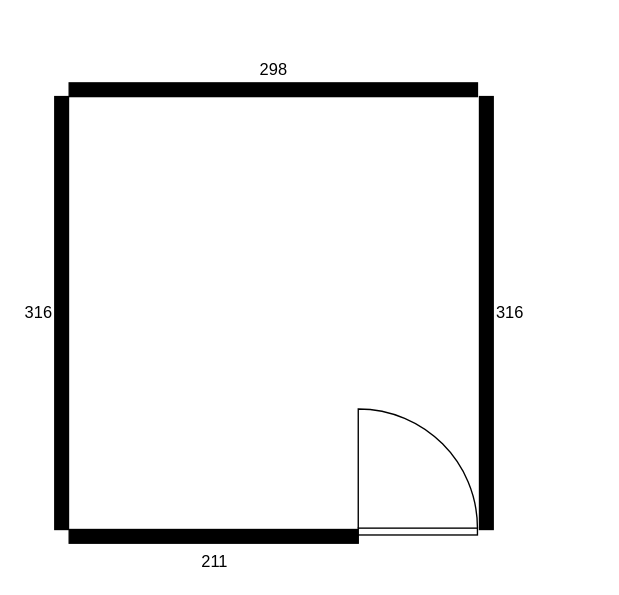
Above: rooms.drawio in johnwatson484/diagrams (draw.io), before the change. Source tidied: cells renumbered, new cells numbered last; positions are measured from the earlier drawing's top-left corner, leaving out a move shared by most shapes. Both pictures are drawn from the tidied source at 137%, with x=0, y=0 at pixel (53, 82).
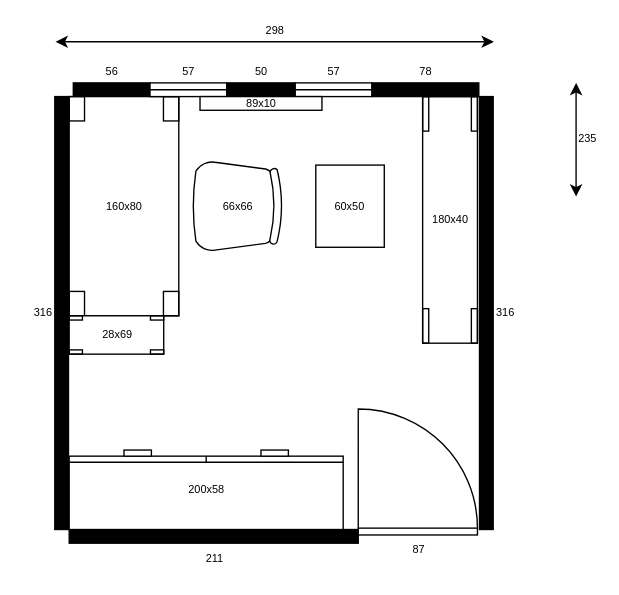
After the change.

Change to the diagram source:
```diff
@@
-    <mxCell id="2" value="298" style="verticalLabelPosition=top;html=1;verticalAlign=bottom;align=center;shape=mxgraph.floorplan.wall;fillColor=#000000;labelPosition=center;" parent="1" vertex="1">
-      <mxGeometry x="11" width="298" height="10" as="geometry" />
+    <mxCell id="2" value="56" style="verticalLabelPosition=top;html=1;verticalAlign=bottom;align=center;shape=mxgraph.floorplan.wall;fillColor=#000000;labelPosition=center;fontSize=8;" parent="1" vertex="1">
+      <mxGeometry x="14" width="56" height="10" as="geometry" />
     </mxCell>
-    <mxCell id="3" value="211" style="verticalLabelPosition=bottom;html=1;verticalAlign=top;align=center;shape=mxgraph.floorplan.wall;fillColor=#000000;labelPosition=center;" parent="1" vertex="1">
+    <mxCell id="3" value="211" style="verticalLabelPosition=bottom;html=1;verticalAlign=top;align=center;shape=mxgraph.floorplan.wall;fillColor=#000000;labelPosition=center;fontSize=8;" parent="1" vertex="1">
       <mxGeometry x="11" y="326" width="211" height="10" as="geometry" />
     </mxCell>
-    <mxCell id="4" value="316" style="verticalLabelPosition=middle;html=1;verticalAlign=middle;align=left;shape=mxgraph.floorplan.wall;fillColor=#000000;labelPosition=right;direction=south;" parent="1" vertex="1">
+    <mxCell id="4" value="316" style="verticalLabelPosition=middle;html=1;verticalAlign=middle;align=left;shape=mxgraph.floorplan.wall;fillColor=#000000;labelPosition=right;direction=south;fontSize=8;" parent="1" vertex="1">
       <mxGeometry x="310" y="10" width="11" height="316" as="geometry" />
     </mxCell>
-    <mxCell id="5" value="316" style="verticalLabelPosition=middle;html=1;verticalAlign=middle;align=right;shape=mxgraph.floorplan.wall;fillColor=#000000;labelPosition=left;direction=south;" parent="1" vertex="1">
+    <mxCell id="5" value="316" style="verticalLabelPosition=middle;html=1;verticalAlign=middle;align=right;shape=mxgraph.floorplan.wall;fillColor=#000000;labelPosition=left;direction=south;fontSize=8;" parent="1" vertex="1">
       <mxGeometry y="10" width="11" height="316" as="geometry" />
     </mxCell>
-    <mxCell id="6" style="verticalLabelPosition=bottom;html=1;verticalAlign=top;align=center;shape=mxgraph.floorplan.doorRight;direction=west;" parent="1" vertex="1">
+    <mxCell id="6" value="87" style="verticalLabelPosition=bottom;html=1;verticalAlign=top;align=center;shape=mxgraph.floorplan.doorRight;direction=west;fontSize=8;" parent="1" vertex="1">
       <mxGeometry x="222" y="256" width="87" height="74" as="geometry" />
     </mxCell>
+    <mxCell id="7" value="200x58" style="verticalLabelPosition=middle;html=1;verticalAlign=middle;align=center;shape=mxgraph.floorplan.dresser;direction=west;labelPosition=center;fontSize=8;" parent="1" vertex="1">
+      <mxGeometry x="11" y="268" width="200" height="58" as="geometry" />
+    </mxCell>
+    <mxCell id="8" value="160x80" style="verticalLabelPosition=middle;html=1;verticalAlign=middle;align=center;shape=mxgraph.floorplan.table;direction=south;labelPosition=center;fontSize=8;" parent="1" vertex="1">
+      <mxGeometry x="11" y="10" width="80" height="160" as="geometry" />
+    </mxCell>
+    <mxCell id="9" value="66x66" style="verticalLabelPosition=middle;html=1;verticalAlign=middle;align=center;shape=mxgraph.floorplan.office_chair;direction=south;fontSize=8;labelPosition=center;" parent="1" vertex="1">
+      <mxGeometry x="101" y="57" width="66" height="66" as="geometry" />
+    </mxCell>
+    <mxCell id="10" value="180x40" style="verticalLabelPosition=middle;html=1;verticalAlign=middle;align=center;shape=mxgraph.floorplan.table;direction=west;labelPosition=center;fontSize=8;" parent="1" vertex="1">
+      <mxGeometry x="269" y="10" width="40" height="180" as="geometry" />
+    </mxCell>
+    <mxCell id="11" value="28x69" style="verticalLabelPosition=middle;html=1;verticalAlign=middle;align=center;shape=mxgraph.floorplan.table;fontSize=8;direction=north;labelPosition=center;" parent="1" vertex="1">
+      <mxGeometry x="11" y="170" width="69" height="28" as="geometry" />
+    </mxCell>
+    <mxCell id="12" value="57" style="verticalLabelPosition=top;html=1;verticalAlign=bottom;align=center;shape=mxgraph.floorplan.window;fontSize=8;labelPosition=center;" parent="1" vertex="1">
+      <mxGeometry x="70" width="56" height="10" as="geometry" />
+    </mxCell>
+    <mxCell id="13" value="50" style="verticalLabelPosition=top;html=1;verticalAlign=bottom;align=center;shape=mxgraph.floorplan.wall;fillColor=#000000;labelPosition=center;fontSize=8;" parent="1" vertex="1">
+      <mxGeometry x="126" width="50" height="10" as="geometry" />
+    </mxCell>
+    <mxCell id="14" value="57" style="verticalLabelPosition=top;html=1;verticalAlign=bottom;align=center;shape=mxgraph.floorplan.window;fontSize=8;labelPosition=center;" parent="1" vertex="1">
+      <mxGeometry x="176" width="56" height="10" as="geometry" />
+    </mxCell>
+    <mxCell id="15" value="78" style="verticalLabelPosition=top;html=1;verticalAlign=bottom;align=center;shape=mxgraph.floorplan.wall;fillColor=#000000;labelPosition=center;fontSize=8;" parent="1" vertex="1">
+      <mxGeometry x="232" width="78" height="10" as="geometry" />
+    </mxCell>
+    <mxCell id="16" value="60x50" style="rounded=0;whiteSpace=wrap;html=1;fontSize=8;direction=south;" parent="1" vertex="1">
+      <mxGeometry x="191" y="60" width="50" height="60" as="geometry" />
+    </mxCell>
+    <mxCell id="17" value="298" style="endArrow=classic;startArrow=classic;html=1;rounded=0;fontSize=8;labelPosition=center;verticalLabelPosition=top;align=center;verticalAlign=bottom;" parent="1" edge="1">
+      <mxGeometry relative="1" as="geometry">
+        <mxPoint x="1" y="-30" as="sourcePoint" />
+        <mxPoint x="321" y="-30" as="targetPoint" />
+      </mxGeometry>
+    </mxCell>
+    <mxCell id="18" value="235" style="endArrow=classic;startArrow=classic;html=1;rounded=0;fontSize=8;labelPosition=right;verticalLabelPosition=middle;align=left;verticalAlign=middle;" parent="1" edge="1">
+      <mxGeometry relative="1" as="geometry">
+        <mxPoint x="381" y="83" as="sourcePoint" />
+        <mxPoint x="381" as="targetPoint" />
+      </mxGeometry>
+    </mxCell>
+    <mxCell id="19" value="89x10" style="rounded=0;whiteSpace=wrap;html=1;fontSize=8;" parent="1" vertex="1">
+      <mxGeometry x="106.5" y="10" width="89" height="10" as="geometry" />
+    </mxCell>
```
